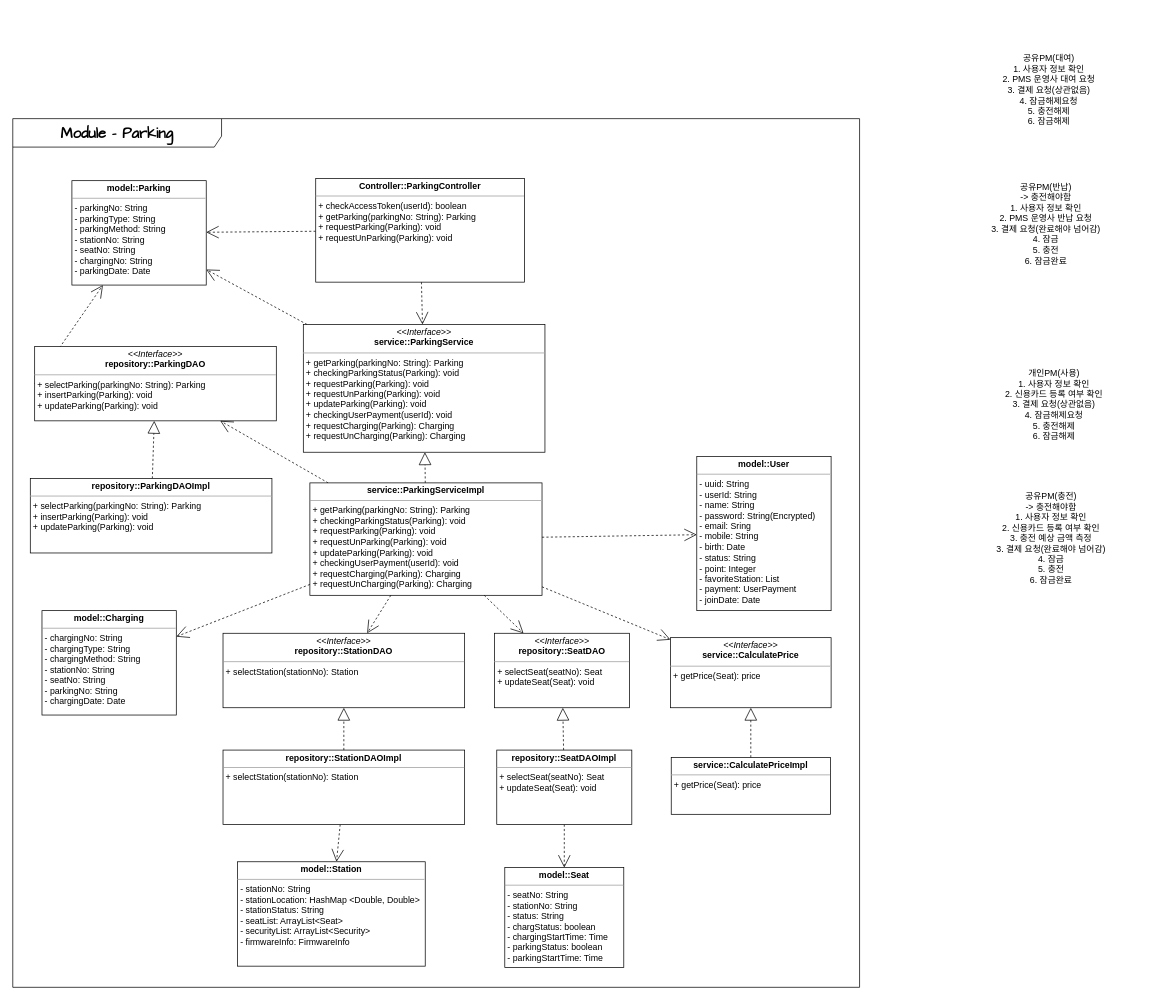
coldmu/aa_exam keeps this draw.io diagram as Module/Parking(new).drawio. Above is the earlier version. Source tidied: cells renumbered, new cells numbered last; positions are measured from the earlier drawing's top-left corner, leaving out a move shared by most shapes. Both pictures are drawn from the tidied source at 73%, with x=0, y=0 at pixel (12, 12).
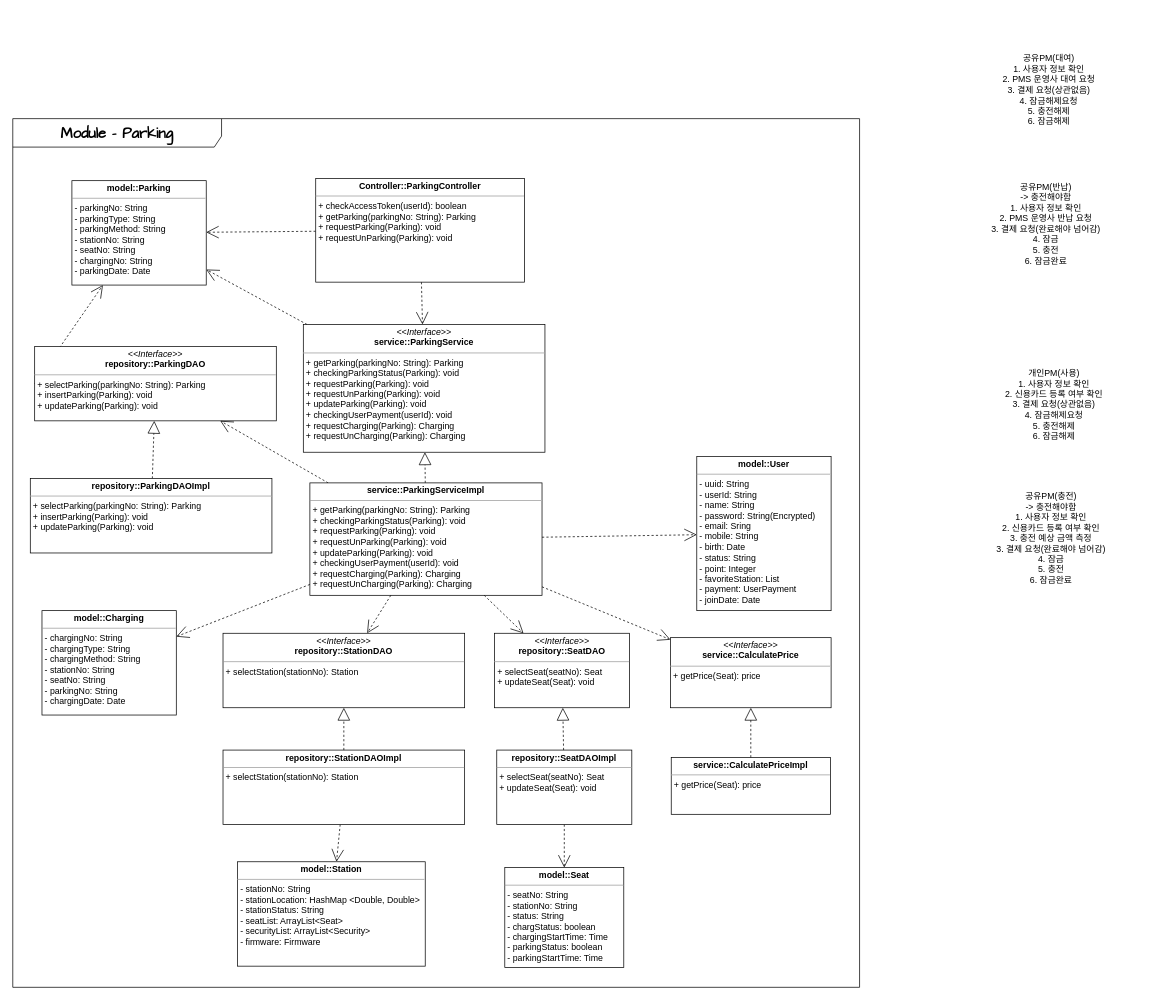
Above is the later version.

What changed in the source:
```diff
@@
-    <mxCell id="20" value="&lt;p style=&quot;margin:0px;margin-top:4px;text-align:center;&quot;&gt;&lt;b style=&quot;background-color: initial;&quot;&gt;model::Station&lt;/b&gt;&lt;/p&gt;&lt;p style=&quot;margin:0px;margin-top:4px;text-align:center;&quot;&gt;&lt;/p&gt;&lt;hr size=&quot;1&quot;&gt;&lt;p style=&quot;margin:0px;margin-left:4px;&quot;&gt;- stationNo: String&lt;/p&gt;&lt;p style=&quot;margin:0px;margin-left:4px;&quot;&gt;- stationLocation: HashMap &amp;lt;Double, Double&amp;gt;&lt;/p&gt;&lt;p style=&quot;margin:0px;margin-left:4px;&quot;&gt;- stationStatus: String&lt;/p&gt;&lt;p style=&quot;margin:0px;margin-left:4px;&quot;&gt;&lt;span style=&quot;background-color: initial;&quot;&gt;- seatList: ArrayList&amp;lt;Seat&amp;gt;&lt;/span&gt;&lt;br&gt;&lt;/p&gt;&lt;p style=&quot;margin:0px;margin-left:4px;&quot;&gt;- securityList: ArrayList&amp;lt;Security&amp;gt;&lt;/p&gt;&lt;p style=&quot;margin:0px;margin-left:4px;&quot;&gt;- firmwareInfo: FirmwareInfo&lt;/p&gt;&lt;p style=&quot;margin:0px;margin-left:4px;&quot;&gt;&lt;br&gt;&lt;/p&gt;" style="verticalAlign=top;align=left;overflow=fill;fontSize=12;fontFamily=Helvetica;html=1;whiteSpace=wrap;" parent="1" vertex="1">
+    <mxCell id="20" value="&lt;p style=&quot;margin:0px;margin-top:4px;text-align:center;&quot;&gt;&lt;b style=&quot;background-color: initial;&quot;&gt;model::Station&lt;/b&gt;&lt;/p&gt;&lt;p style=&quot;margin:0px;margin-top:4px;text-align:center;&quot;&gt;&lt;/p&gt;&lt;hr size=&quot;1&quot;&gt;&lt;p style=&quot;margin:0px;margin-left:4px;&quot;&gt;- stationNo: String&lt;/p&gt;&lt;p style=&quot;margin:0px;margin-left:4px;&quot;&gt;- stationLocation: HashMap &amp;lt;Double, Double&amp;gt;&lt;/p&gt;&lt;p style=&quot;margin:0px;margin-left:4px;&quot;&gt;- stationStatus: String&lt;/p&gt;&lt;p style=&quot;margin:0px;margin-left:4px;&quot;&gt;&lt;span style=&quot;background-color: initial;&quot;&gt;- seatList: ArrayList&amp;lt;Seat&amp;gt;&lt;/span&gt;&lt;br&gt;&lt;/p&gt;&lt;p style=&quot;margin:0px;margin-left:4px;&quot;&gt;- securityList: ArrayList&amp;lt;Security&amp;gt;&lt;/p&gt;&lt;p style=&quot;margin:0px;margin-left:4px;&quot;&gt;- firmware: Firmware&lt;/p&gt;" style="verticalAlign=top;align=left;overflow=fill;fontSize=12;fontFamily=Helvetica;html=1;whiteSpace=wrap;" parent="1" vertex="1">
       <mxGeometry x="308" y="1163" width="257" height="143" as="geometry" />
     </mxCell>
```
